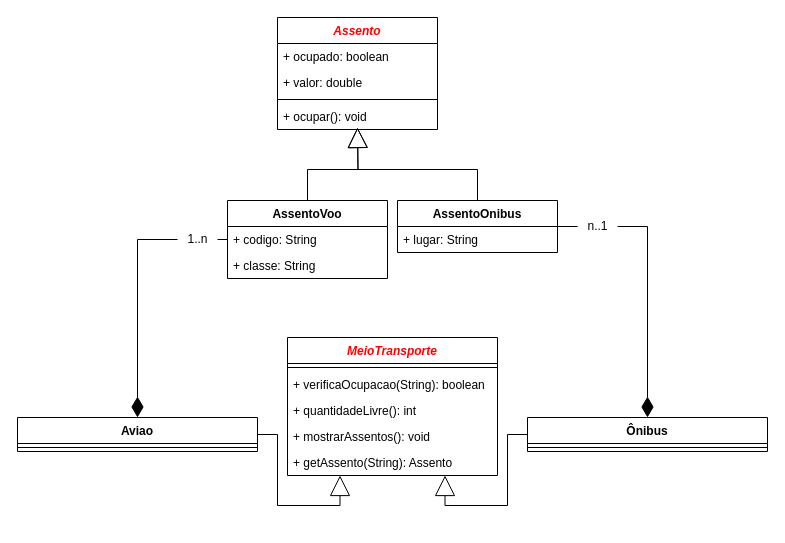
Above: page "Page-2" (2 of 4) of diagramas.drawio in hannaBanannaOF/entra21-git-inicio (draw.io), before the change. Source tidied: cells renumbered, new cells numbered last; positions are measured from the earlier drawing's top-left corner, leaving out a move shared by most shapes. Both pictures are drawn from the tidied source at 100%, with x=0, y=0 at pixel (17, 17).
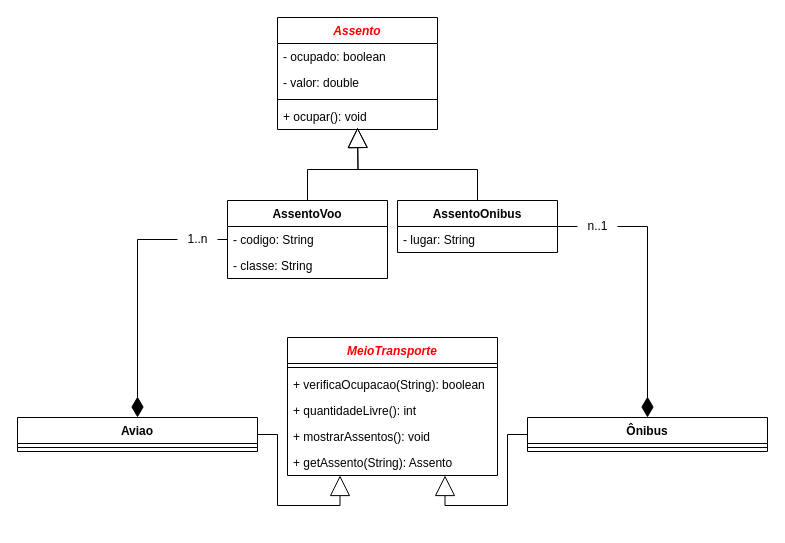
Above is the later version.

Unchanged cells that the change refers to:
```xml
<mxCell id="7" value="AssentoVoo" style="swimlane;fontStyle=1;align=center;verticalAlign=top;horizontal=1;startSize=26;" parent="1" vertex="1">
  <mxGeometry x="210" y="183" width="160" height="78" as="geometry" />
</mxCell>
<mxCell id="17" value="AssentoOnibus" style="swimlane;fontStyle=1;align=center;verticalAlign=top;horizontal=1;startSize=26;" parent="1" vertex="1">
  <mxGeometry x="380" y="183" width="160" height="52" as="geometry" />
</mxCell>
<mxCell id="21" value="Assento" style="swimlane;fontStyle=3;align=center;verticalAlign=top;horizontal=1;startSize=26;labelBackgroundColor=default;fontColor=#FF0000;" parent="1" vertex="1">
  <mxGeometry x="260" width="160" height="112" as="geometry" />
</mxCell>
```

The edit, as a diff of the source:
```diff
@@
-    <mxCell id="8" value="+ codigo: String" style="text;strokeColor=none;fillColor=none;align=left;verticalAlign=top;spacingLeft=4;spacingRight=4;overflow=hidden;" parent="7" vertex="1">
+    <mxCell id="8" value="- codigo: String" style="text;strokeColor=none;fillColor=none;align=left;verticalAlign=top;spacingLeft=4;spacingRight=4;overflow=hidden;" parent="7" vertex="1">
       <mxGeometry y="26" width="160" height="26" as="geometry" />
     </mxCell>
-    <mxCell id="9" value="+ classe: String" style="text;strokeColor=none;fillColor=none;align=left;verticalAlign=top;spacingLeft=4;spacingRight=4;overflow=hidden;" parent="7" vertex="1">
+    <mxCell id="9" value="- classe: String" style="text;strokeColor=none;fillColor=none;align=left;verticalAlign=top;spacingLeft=4;spacingRight=4;overflow=hidden;" parent="7" vertex="1">
       <mxGeometry y="52" width="160" height="26" as="geometry" />
     </mxCell>
@@
-    <mxCell id="18" value="+ lugar: String" style="text;strokeColor=none;fillColor=none;align=left;verticalAlign=top;spacingLeft=4;spacingRight=4;overflow=hidden;" parent="17" vertex="1">
+    <mxCell id="18" value="- lugar: String" style="text;strokeColor=none;fillColor=none;align=left;verticalAlign=top;spacingLeft=4;spacingRight=4;overflow=hidden;" parent="17" vertex="1">
       <mxGeometry y="26" width="160" height="26" as="geometry" />
     </mxCell>
@@
-    <mxCell id="22" value="+ ocupado: boolean" style="text;strokeColor=none;fillColor=none;align=left;verticalAlign=top;spacingLeft=4;spacingRight=4;overflow=hidden;" parent="21" vertex="1">
+    <mxCell id="22" value="- ocupado: boolean" style="text;strokeColor=none;fillColor=none;align=left;verticalAlign=top;spacingLeft=4;spacingRight=4;overflow=hidden;" parent="21" vertex="1">
       <mxGeometry y="26" width="160" height="26" as="geometry" />
     </mxCell>
-    <mxCell id="23" value="+ valor: double" style="text;strokeColor=none;fillColor=none;align=left;verticalAlign=top;spacingLeft=4;spacingRight=4;overflow=hidden;" parent="21" vertex="1">
+    <mxCell id="23" value="- valor: double" style="text;strokeColor=none;fillColor=none;align=left;verticalAlign=top;spacingLeft=4;spacingRight=4;overflow=hidden;" parent="21" vertex="1">
       <mxGeometry y="52" width="160" height="26" as="geometry" />
     </mxCell>
```
